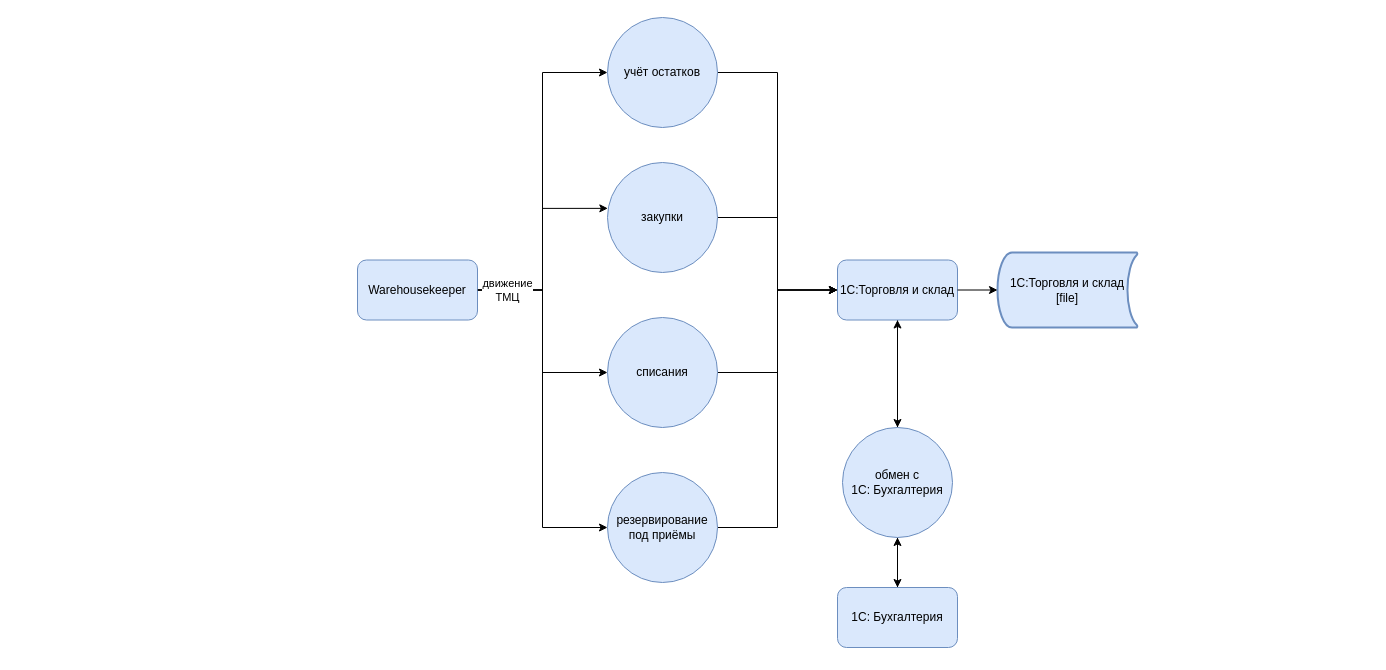
The draw.io diagram Task1/DFD_Warehousekeeper.drawio in ilarion-panzhin/architecture-medikamente, before the edit. Source tidied: cells renumbered, new cells numbered last; positions are measured from the earlier drawing's top-left corner, leaving out a move shared by most shapes. Both pictures are drawn from the tidied source at 100%, with x=0, y=0 at pixel (357, 17).
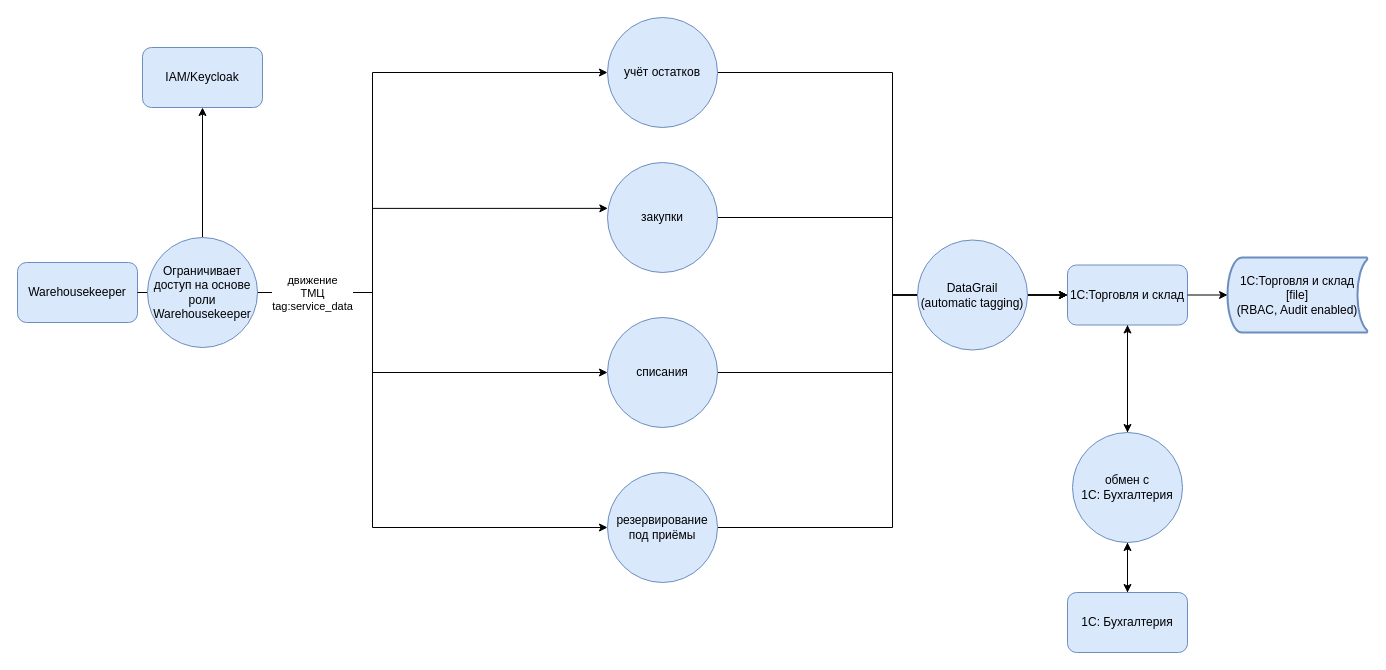
The same page after the edit.

The change refers to these unchanged cells:
```xml
<mxCell id="22" style="edgeStyle=orthogonalEdgeStyle;rounded=0;jettySize=auto;html=1;entryX=0.003;entryY=0.417;entryDx=0;entryDy=0;entryPerimeter=0;" parent="1" edge="1" source="5" target="9">
  <mxGeometry relative="1" as="geometry" />
</mxCell>
```

Change to the diagram source:
```diff
@@
     <mxCell id="5" value="Warehousekeeper" style="rounded=1;whiteSpace=wrap;html=1;fillColor=#dae8fc;strokeColor=#6c8ebf;" parent="1" vertex="1">
-      <mxGeometry y="242.5" width="120" height="60" as="geometry" />
+      <mxGeometry x="-340" y="245" width="120" height="60" as="geometry" />
     </mxCell>
@@
-    <mxCell id="12" value="&lt;div&gt;1С:Торговля и склад [file]&lt;br&gt;&lt;/div&gt;" style="strokeWidth=2;html=1;shape=mxgraph.flowchart.stored_data;whiteSpace=wrap;fillColor=#dae8fc;strokeColor=#6c8ebf;" parent="1" vertex="1">
-      <mxGeometry x="640" y="235" width="140" height="75" as="geometry" />
+    <mxCell id="12" value="&lt;div&gt;1С:Торговля и склад [file]&lt;br&gt;&lt;/div&gt;&lt;div&gt;(RBAC, Audit enabled)&lt;br&gt;&lt;/div&gt;" style="strokeWidth=2;html=1;shape=mxgraph.flowchart.stored_data;whiteSpace=wrap;fillColor=#dae8fc;strokeColor=#6c8ebf;" parent="1" vertex="1">
+      <mxGeometry x="870" y="240" width="140" height="75" as="geometry" />
     </mxCell>
@@
     <mxCell id="15" value="обмен с 1С:&amp;nbsp;Бухгалтерия" style="ellipse;whiteSpace=wrap;html=1;fillColor=#dae8fc;strokeColor=#6c8ebf;" parent="1" vertex="1">
-      <mxGeometry x="485" y="410" width="110" height="110" as="geometry" />
+      <mxGeometry x="715" y="415" width="110" height="110" as="geometry" />
     </mxCell>
@@
     <mxCell id="17" value="1С:&amp;nbsp;Бухгалтерия" style="rounded=1;whiteSpace=wrap;html=1;fillColor=#dae8fc;strokeColor=#6c8ebf;" parent="1" vertex="1">
-      <mxGeometry x="480" y="570" width="120" height="60" as="geometry" />
+      <mxGeometry x="710" y="575" width="120" height="60" as="geometry" />
     </mxCell>
@@
     <mxCell id="21" value="1С:Торговля и склад" style="rounded=1;whiteSpace=wrap;html=1;fillColor=#dae8fc;strokeColor=#6c8ebf;" parent="1" vertex="1">
-      <mxGeometry x="480" y="242.5" width="120" height="60" as="geometry" />
+      <mxGeometry x="710" y="247.5" width="120" height="60" as="geometry" />
     </mxCell>
@@
-    <mxCell id="23" value=" движение&lt;div&gt;ТМЦ&lt;/div&gt;" style="edgeLabel;html=1;align=center;verticalAlign=middle;" parent="22" vertex="1">
+    <mxCell id="23" value=" движение&lt;div&gt;ТМЦ&lt;/div&gt;&lt;div&gt;tag:service_data&lt;br&gt;&lt;/div&gt;" style="edgeLabel;html=1;align=center;verticalAlign=middle;" parent="22" vertex="1">
       <mxGeometry x="-0.65" relative="1" as="geometry">
-        <mxPoint x="-8" as="offset" />
+        <mxPoint x="77" as="offset" />
       </mxGeometry>
     </mxCell>
@@
+    <mxCell id="25" value="&lt;span&gt;IAM/Keycloak&lt;/span&gt;" style="rounded=1;whiteSpace=wrap;html=1;fillColor=#dae8fc;strokeColor=#6c8ebf;" parent="1" vertex="1">
+      <mxGeometry x="-215" y="30" width="120" height="60" as="geometry" />
+    </mxCell>
+    <mxCell id="26" value="DataGrail&lt;div&gt;(automatic tagging)&lt;/div&gt;" style="ellipse;whiteSpace=wrap;html=1;fillColor=#dae8fc;strokeColor=#6c8ebf;" parent="1" vertex="1">
+      <mxGeometry x="560" y="222.5" width="110" height="110" as="geometry" />
+    </mxCell>
+    <mxCell id="27" style="edgeStyle=orthogonalEdgeStyle;rounded=0;jettySize=auto;html=1;entryX=0.5;entryY=1;entryDx=0;entryDy=0;" parent="1" edge="1" source="28" target="25">
+      <mxGeometry relative="1" as="geometry" />
+    </mxCell>
+    <mxCell id="28" value="Ограничивает доступ на основе роли Warehousekeeper" style="ellipse;whiteSpace=wrap;html=1;fillColor=#dae8fc;strokeColor=#6c8ebf;" parent="1" vertex="1">
+      <mxGeometry x="-210" y="220" width="110" height="110" as="geometry" />
+    </mxCell>
```
